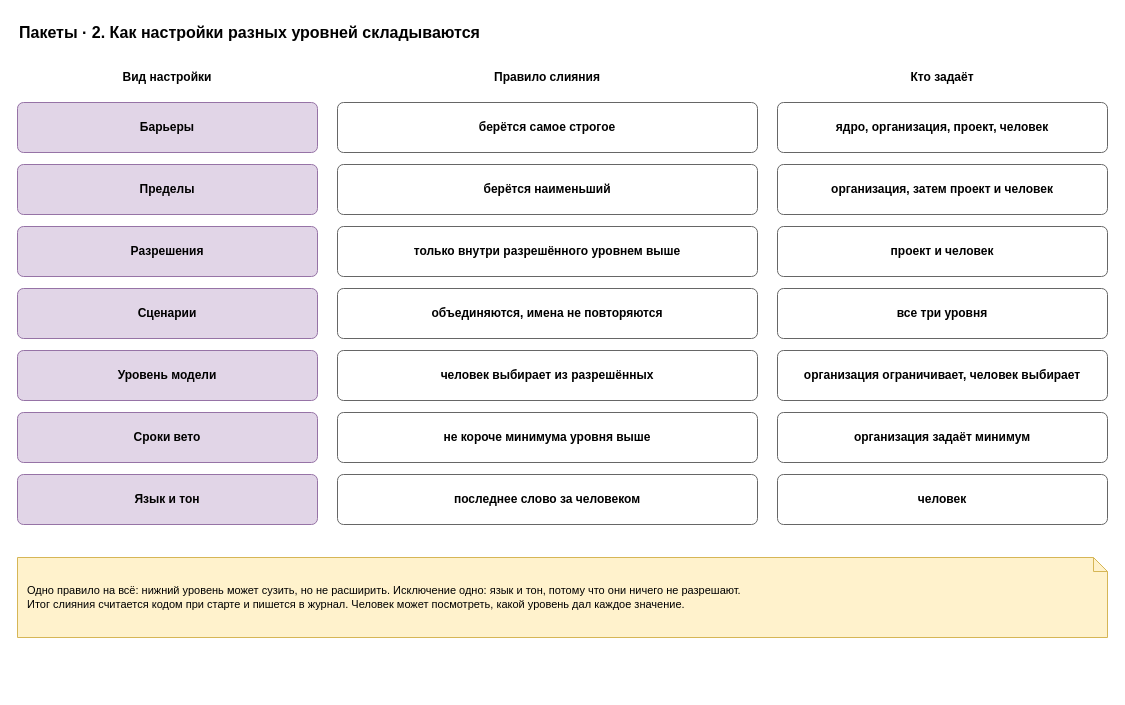
roygkov/reins keeps this draw.io diagram as page "2. Наложение" (2 of 5) of docs/spec/harness-packs.drawio. Above is the earlier version. Source tidied: cells renumbered, new cells numbered last; positions are measured from the earlier drawing's top-left corner, leaving out a move shared by most shapes. Both pictures are drawn from the tidied source at 100%, with x=0, y=0 at pixel (17, 17).
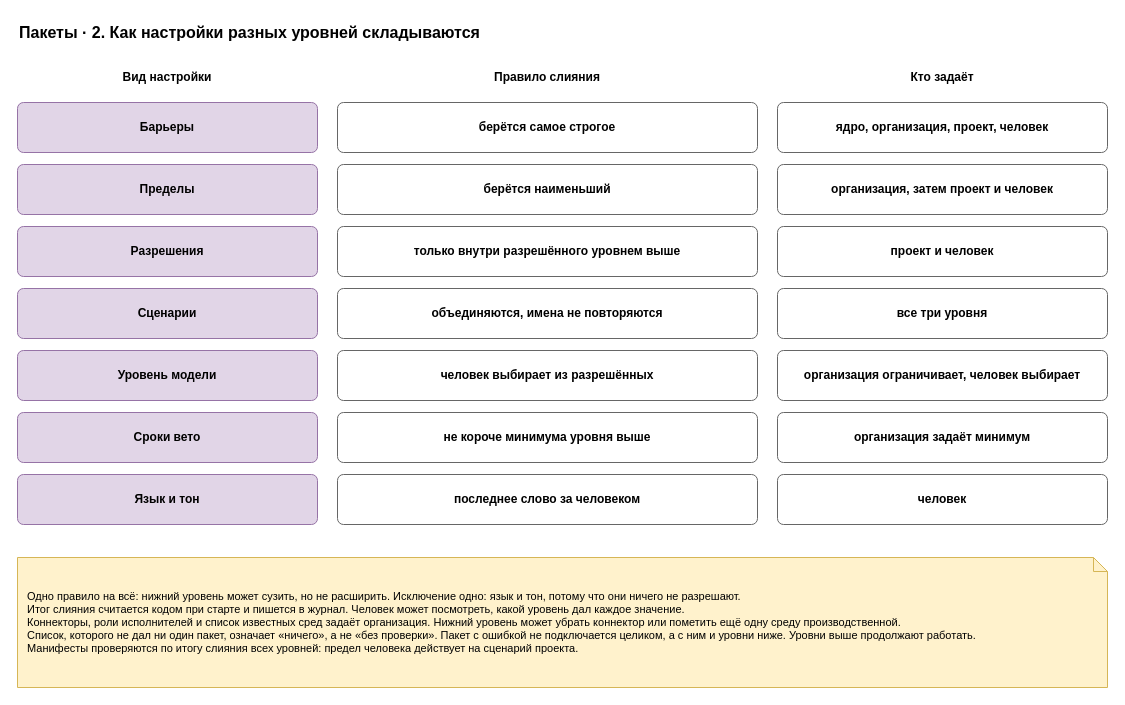
The same page after the edit.

Change to the diagram source:
```diff
@@
-    <mxCell id="27" value="Одно правило на всё: нижний уровень может сузить, но не расширить. Исключение одно: язык и тон, потому что они ничего не разрешают.&lt;br&gt;Итог слияния считается кодом при старте и пишется в журнал. Человек может посмотреть, какой уровень дал каждое значение." style="shape=note;whiteSpace=wrap;html=1;backgroundOutline=1;size=14;fillColor=#fff2cc;strokeColor=#d6b656;align=left;spacingLeft=8;spacingRight=8;fontSize=11;" parent="1" vertex="1">
-      <mxGeometry y="540" width="1090" height="80" as="geometry" />
+    <mxCell id="27" value="Одно правило на всё: нижний уровень может сузить, но не расширить. Исключение одно: язык и тон, потому что они ничего не разрешают.&lt;br&gt;Итог слияния считается кодом при старте и пишется в журнал. Человек может посмотреть, какой уровень дал каждое значение.&lt;br&gt;Коннекторы, роли исполнителей и список известных сред задаёт организация. Нижний уровень может убрать коннектор или пометить ещё одну среду производственной.&lt;br&gt;Список, которого не дал ни один пакет, означает «ничего», а не «без проверки». Пакет с ошибкой не подключается целиком, а с ним и уровни ниже. Уровни выше продолжают работать.&lt;br&gt;Манифесты проверяются по итогу слияния всех уровней: предел человека действует на сценарий проекта." style="shape=note;whiteSpace=wrap;html=1;backgroundOutline=1;size=14;fillColor=#fff2cc;strokeColor=#d6b656;align=left;spacingLeft=8;spacingRight=8;fontSize=11;" parent="1" vertex="1">
+      <mxGeometry y="540" width="1090" height="130" as="geometry" />
     </mxCell>
```
